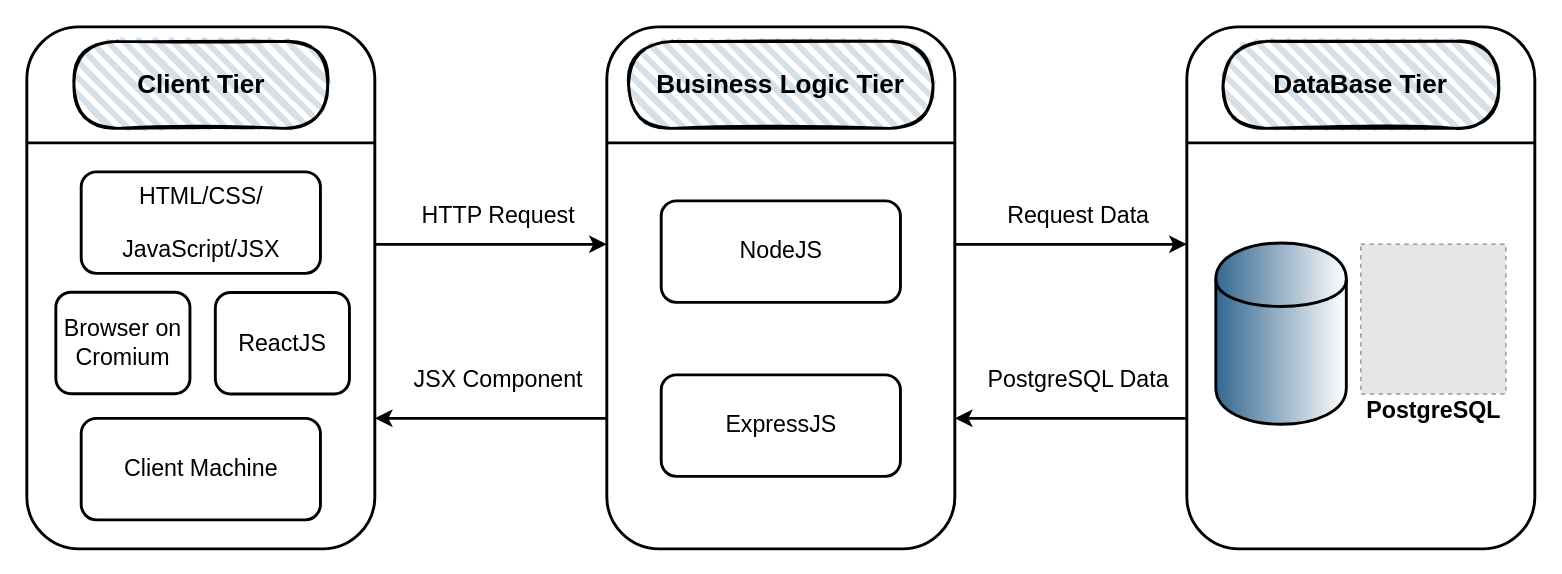
This is images and schemes/Archirecture.drawio from xreyaf/cinema-app, a draw.io file, before an edit. Source tidied: cells renumbered, new cells numbered last; positions are measured from the earlier drawing's top-left corner, leaving out a move shared by most shapes. Both pictures are drawn from the tidied source at 145%, with x=0, y=0 at pixel (26, 26). Pictures stored in the file or linked from it are replaced by grey dashed boxes.
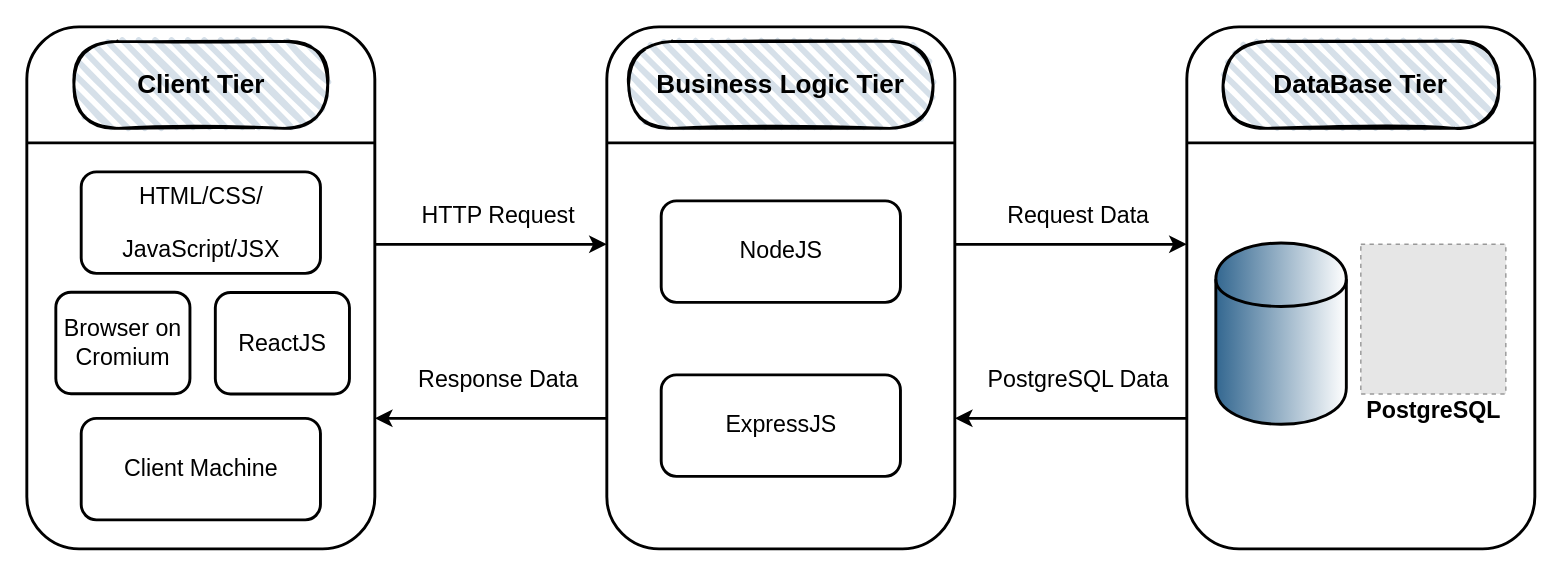
After the change.

Diff of the diagram source:
```diff
@@
-    <mxCell id="17" value="&lt;font style=&quot;font-size: 16px&quot;&gt;JSX Component&lt;/font&gt;" style="text;html=1;align=center;verticalAlign=middle;" parent="1" vertex="1">
+    <mxCell id="17" value="&lt;span style=&quot;font-size: 16px&quot;&gt;Response Data&lt;/span&gt;" style="text;html=1;align=center;verticalAlign=middle;" parent="1" vertex="1">
       <mxGeometry x="260" y="233" width="130" height="20" as="geometry" />
     </mxCell>
```
